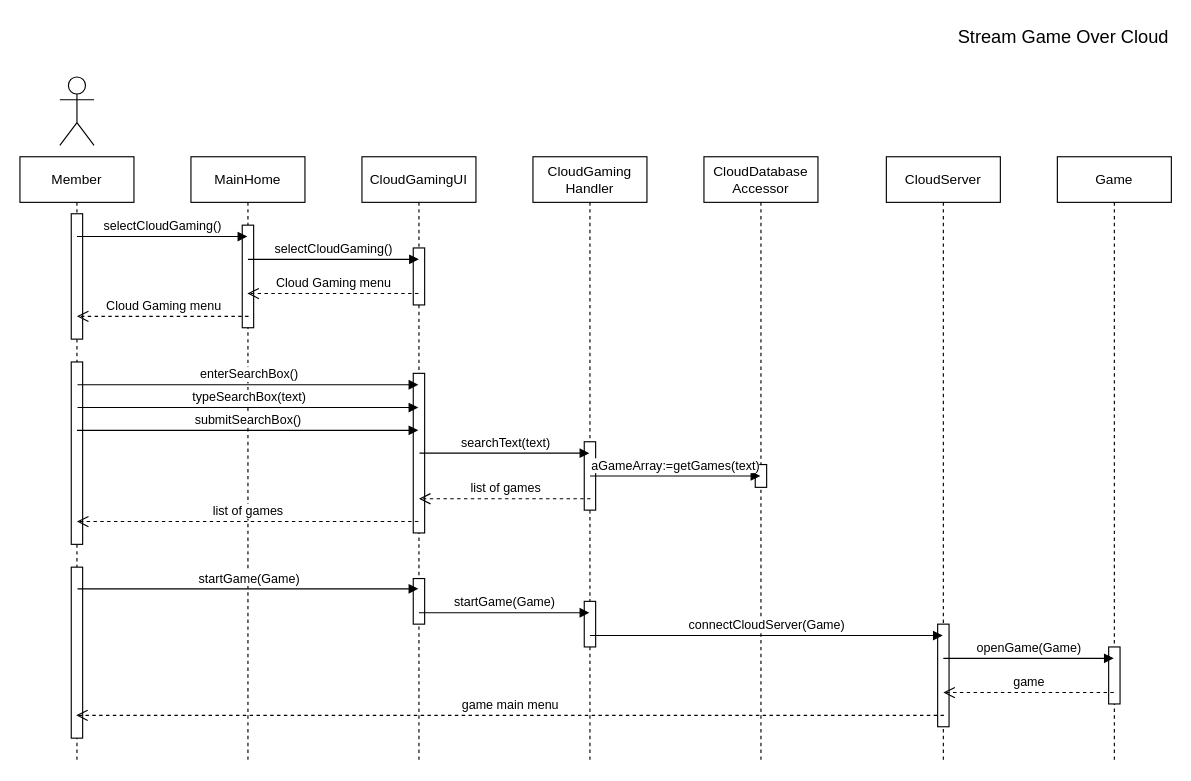
This is page "Stream Game Over Cloud" (1 of 8) of System Design/EzPlay Sequence Diagrams.drawio from fuentesflormicha/Team_Project, a draw.io file, before an edit. Source tidied: cells renumbered, new cells numbered last; positions are measured from the earlier drawing's top-left corner, leaving out a move shared by most shapes. Both pictures are drawn from the tidied source at 114%, with x=0, y=0 at pixel (19, 19).
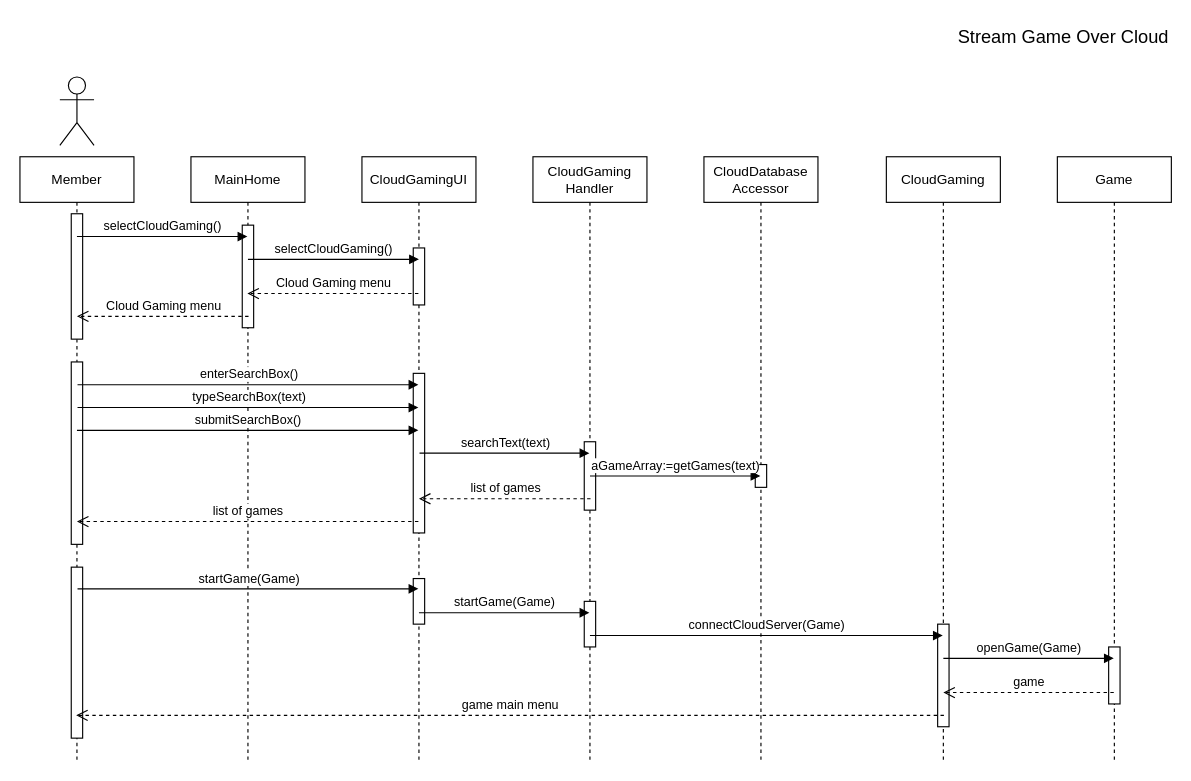
After the change.

What changed in the source:
```diff
@@
-    <mxCell id="25" value="CloudServer" style="shape=umlLifeline;perimeter=lifelinePerimeter;whiteSpace=wrap;html=1;outlineConnect=0;portConstraint=eastwest;newEdgeStyle={&quot;curved&quot;:0,&quot;rounded&quot;:0};" parent="1" vertex="1">
+    <mxCell id="25" value="CloudGaming" style="shape=umlLifeline;perimeter=lifelinePerimeter;whiteSpace=wrap;html=1;outlineConnect=0;portConstraint=eastwest;newEdgeStyle={&quot;curved&quot;:0,&quot;rounded&quot;:0};" parent="1" vertex="1">
       <mxGeometry x="760" y="120" width="100" height="530" as="geometry" />
     </mxCell>
```
